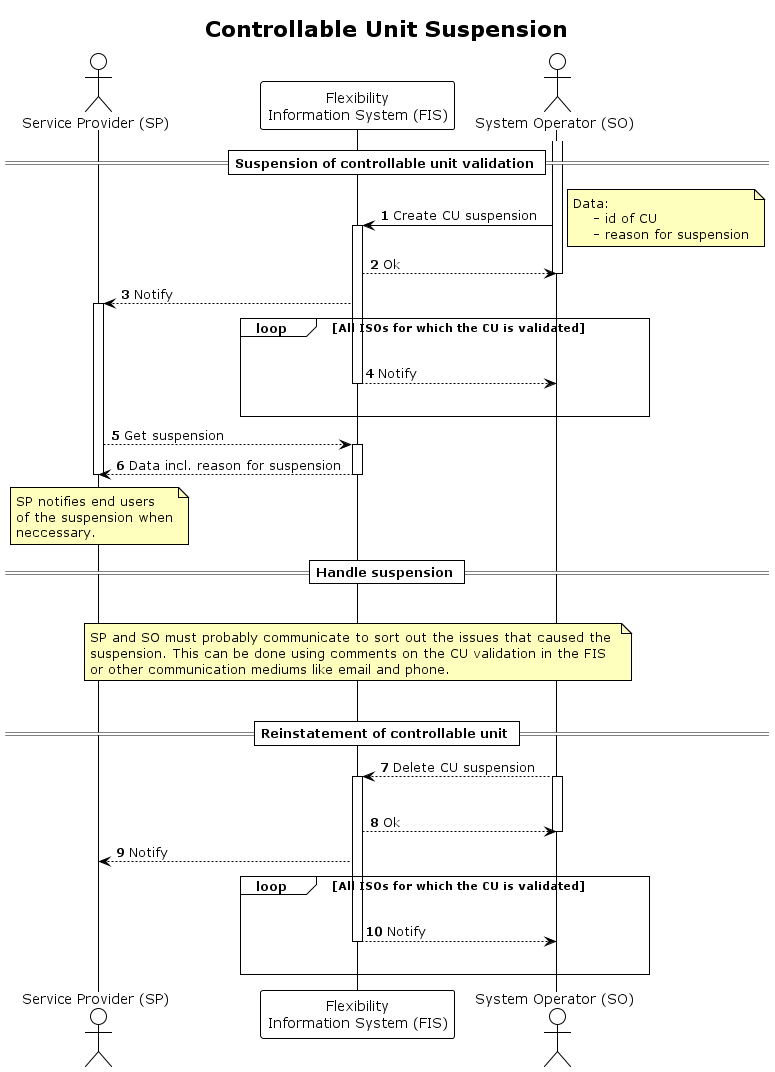
This is docs/diagrams/controllable_unit_suspension.png from elhub/flex-information-system, a PlantUML export, as it was before one commit. Its diagram source:
```plantuml
@startuml controllable_unit_suspension

!theme plain

title Controllable Unit Suspension

autonumber
skinparam note {
    BackgroundColor #FFFFBD
}

actor "Service Provider (SP)" as SP
participant "Flexibility\nInformation System (FIS)" as FIS
actor "System Operator (SO)" as SO

== Suspension of controllable unit validation ==

activate SO
SO -> FIS: Create CU suspension

note right
    Data:
        - id of CU
        - reason for suspension
end note

activate FIS

FIS --> SO: Ok
deactivate SO
FIS-->SP: Notify
activate SP
loop All ISOs for which the CU is validated
    |||
    FIS --> SO: Notify
    deactivate FIS
    |||
end

SP --> FIS: Get suspension
activate FIS
FIS --> SP: Data incl. reason for suspension
deactivate FIS

note over SP
    SP notifies end users
    of the suspension when
    neccessary.
end note

== Handle suspension ==
|||
note over FIS
    SP and SO must probably communicate to sort out the issues that caused the
    suspension. This can be done using comments on the CU validation in the FIS
    or other communication mediums like email and phone.
end note
|||
deactivate SP

== Reinstatement of controllable unit ==

SO --> FIS: Delete CU suspension
activate SO
|||
activate FIS
FIS --> SO: Ok
deactivate SO
FIS --> SP: Notify

loop All ISOs for which the CU is validated
    |||
    FIS --> SO: Notify
    deactivate FIS
    |||
end

@enduml
```
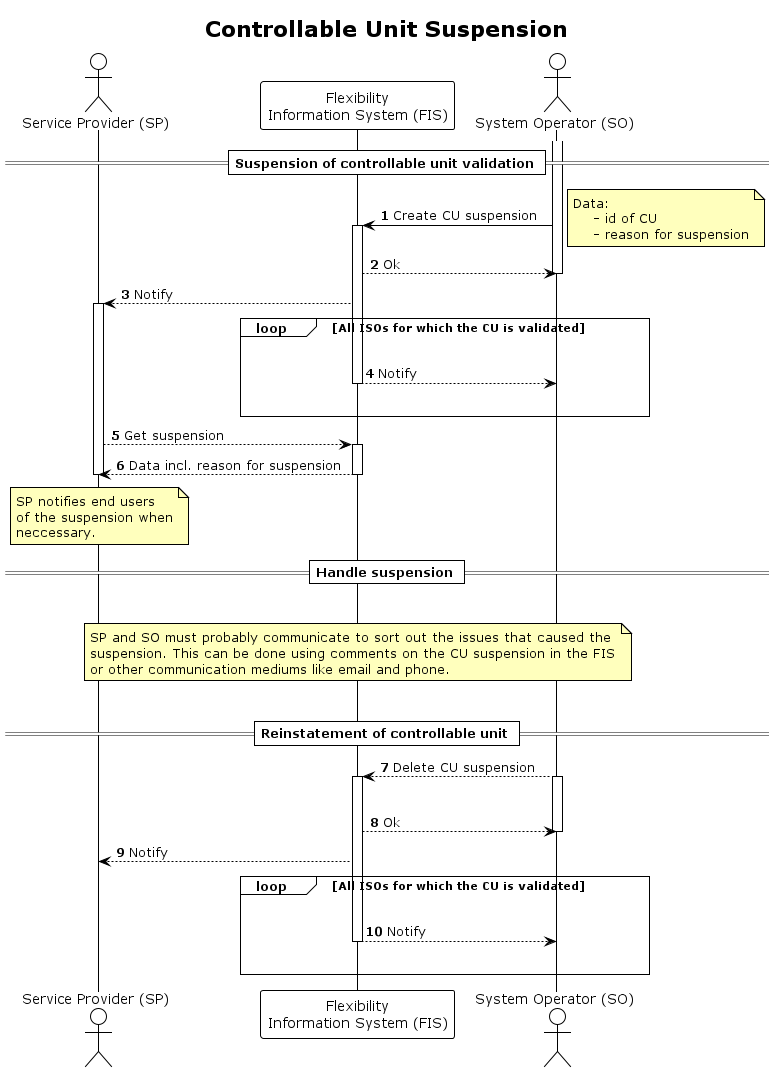
The same file after the commit.

What changed in the source:
```diff
@@ -52,7 +52,7 @@
 |||
 note over FIS
     SP and SO must probably communicate to sort out the issues that caused the
-    suspension. This can be done using comments on the CU validation in the FIS
+    suspension. This can be done using comments on the CU suspension in the FIS
     or other communication mediums like email and phone.
 end note
 |||
```
